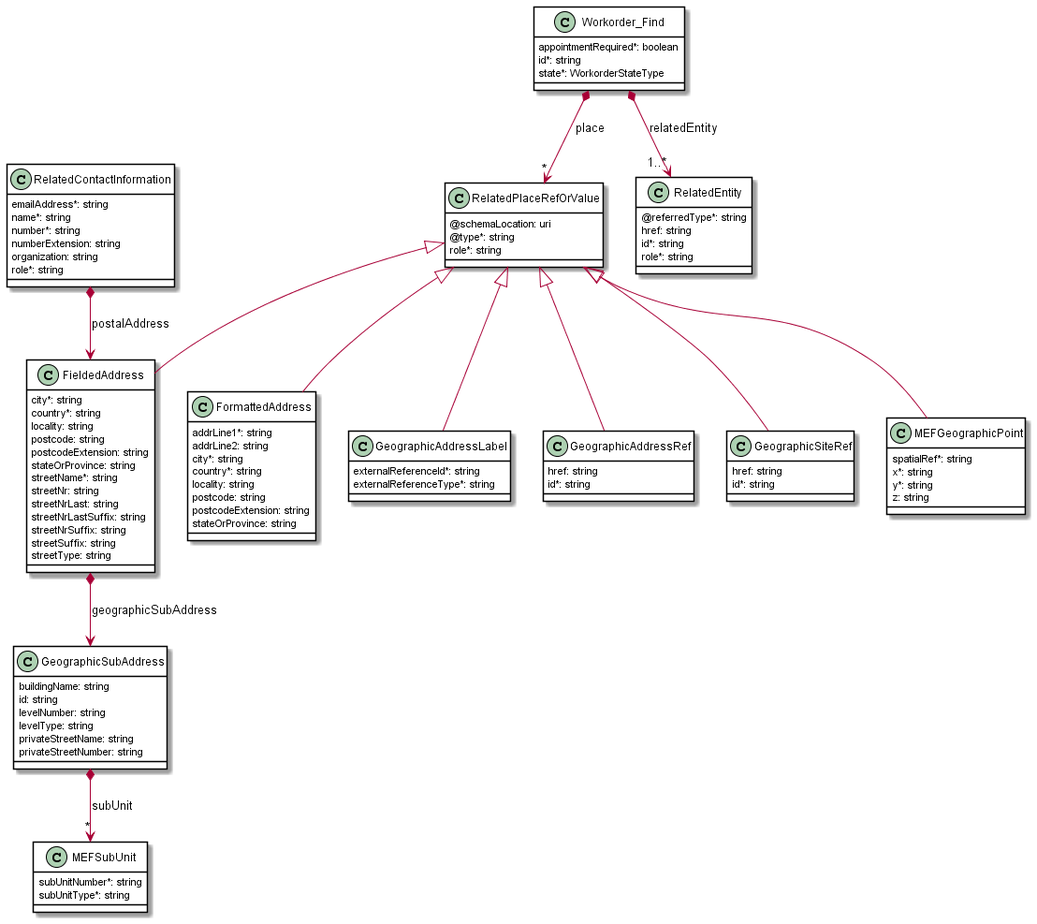
Above: documentation/productApi/workforce/media/useCase13Model.png in MEF-GIT/MEF-LSO-Sonata-SDK (PlantUML), before the change. The source it was exported from:
```plantuml
@startuml
skinparam {
    ClassBackgroundColor White
    ClassBorderColor Black
}


class FormattedAddress {

    addrLine1*: string
    addrLine2: string
    city*: string
    country*: string
    locality: string
    postcode: string
    postcodeExtension: string
    stateOrProvince: string
}
RelatedPlaceRefOrValue <|-- FormattedAddress



class GeographicAddressLabel {

    externalReferenceId*: string
    externalReferenceType*: string
}
RelatedPlaceRefOrValue <|-- GeographicAddressLabel



class GeographicAddressRef {

    href: string
    id*: string
}
RelatedPlaceRefOrValue <|-- GeographicAddressRef



class GeographicSiteRef {

    href: string
    id*: string
}
RelatedPlaceRefOrValue <|-- GeographicSiteRef



class GeographicSubAddress {

    buildingName: string
    id: string
    levelNumber: string
    levelType: string
    privateStreetName: string
    privateStreetNumber: string
}

GeographicSubAddress *-->"*" MEFSubUnit : subUnit


class Workorder_Find {

    appointmentRequired*: boolean
    id*: string
    state*: WorkorderStateType
}

Workorder_Find *-->"*" RelatedPlaceRefOrValue : place
Workorder_Find *-->"1..*" RelatedEntity : relatedEntity



class MEFGeographicPoint {

    spatialRef*: string
    x*: string
    y*: string
    z: string
}
RelatedPlaceRefOrValue <|-- MEFGeographicPoint



class FieldedAddress {

    city*: string
    country*: string
    locality: string
    postcode: string
    postcodeExtension: string
    stateOrProvince: string
    streetName*: string
    streetNr: string
    streetNrLast: string
    streetNrLastSuffix: string
    streetNrSuffix: string
    streetSuffix: string
    streetType: string
}
RelatedPlaceRefOrValue <|-- FieldedAddress

FieldedAddress *--> GeographicSubAddress : geographicSubAddress

class RelatedContactInformation {

    emailAddress*: string
    name*: string
    number*: string
    numberExtension: string
    organization: string
    role*: string
}

RelatedContactInformation *--> FieldedAddress : postalAddress


class MEFSubUnit {

    subUnitNumber*: string
    subUnitType*: string
}



class RelatedEntity {

    @referredType*: string
    href: string
    id*: string
    role*: string
}



class RelatedPlaceRefOrValue {

    @schemaLocation: uri
    @type*: string
    role*: string
}


@enduml
```
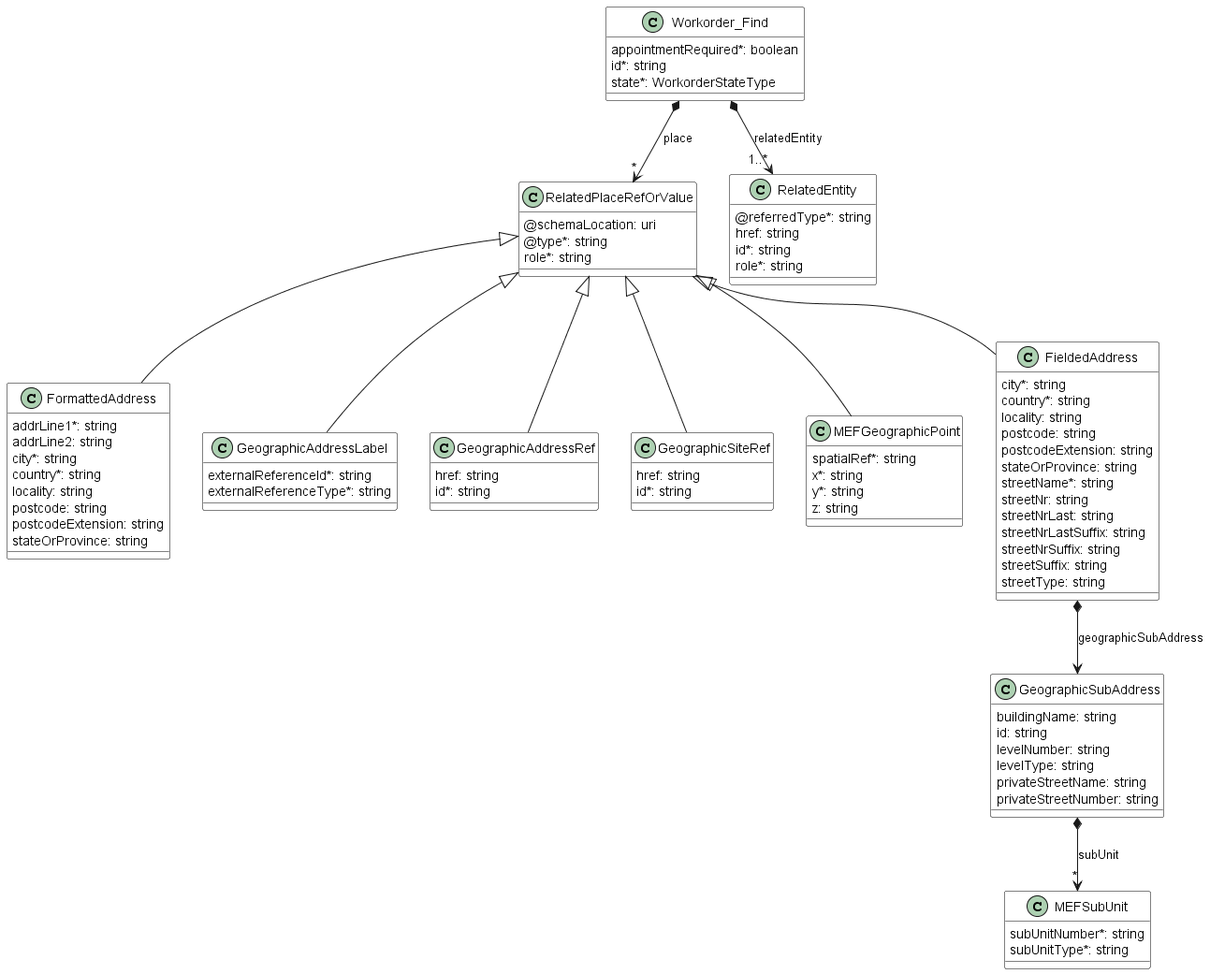
After the commit.

Change to the diagram source:
```diff
@@ -103,19 +103,6 @@
 
 FieldedAddress *--> GeographicSubAddress : geographicSubAddress
 
-class RelatedContactInformation {
-
-    emailAddress*: string
-    name*: string
-    number*: string
-    numberExtension: string
-    organization: string
-    role*: string
-}
-
-RelatedContactInformation *--> FieldedAddress : postalAddress
-
-
 class MEFSubUnit {
 
     subUnitNumber*: string
```
